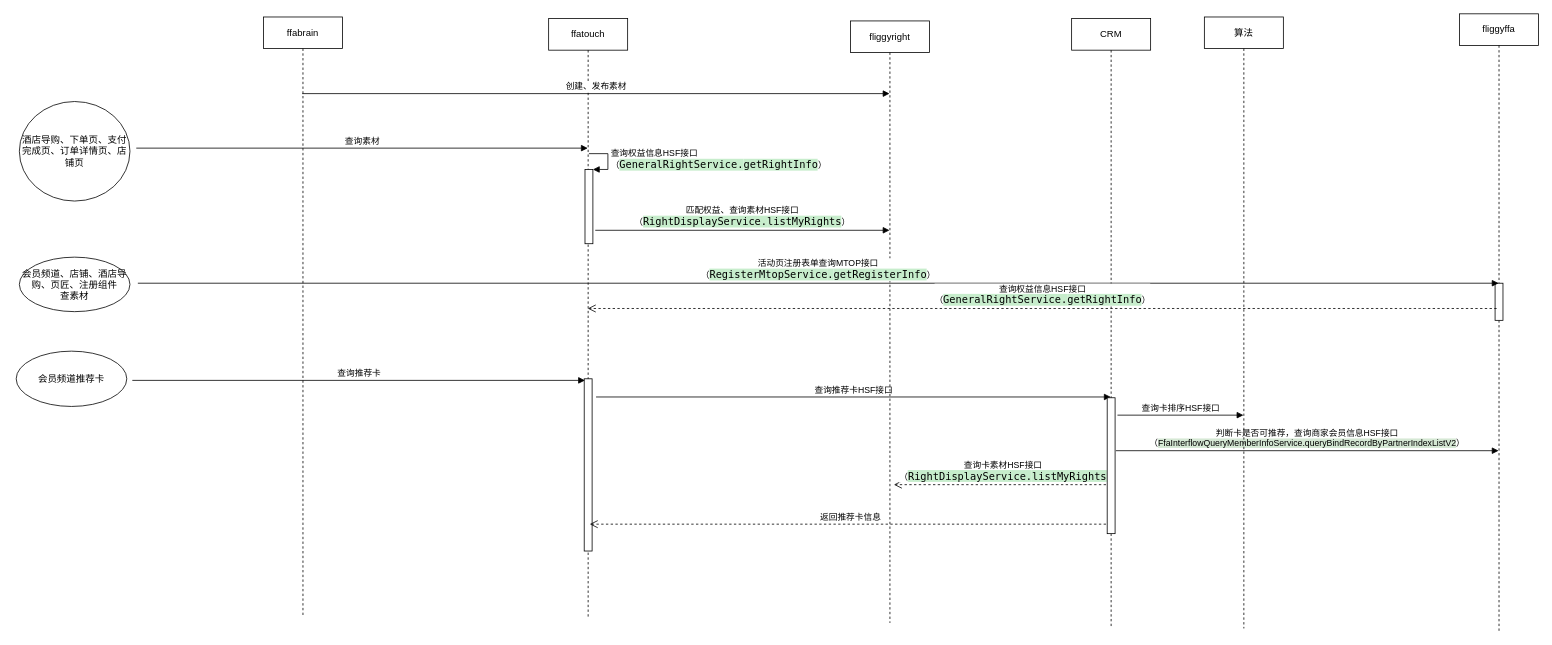
The draw.io diagram page "一卡通百卡素材透出流程" (7 of 7) of 会员接口时序.drawio in renqiuming/drawio, before the edit. Source tidied: cells renumbered, new cells numbered last; positions are measured from the earlier drawing's top-left corner, leaving out a move shared by most shapes. Both pictures are drawn from the tidied source at 79%, with x=0, y=0 at pixel (16, 13).
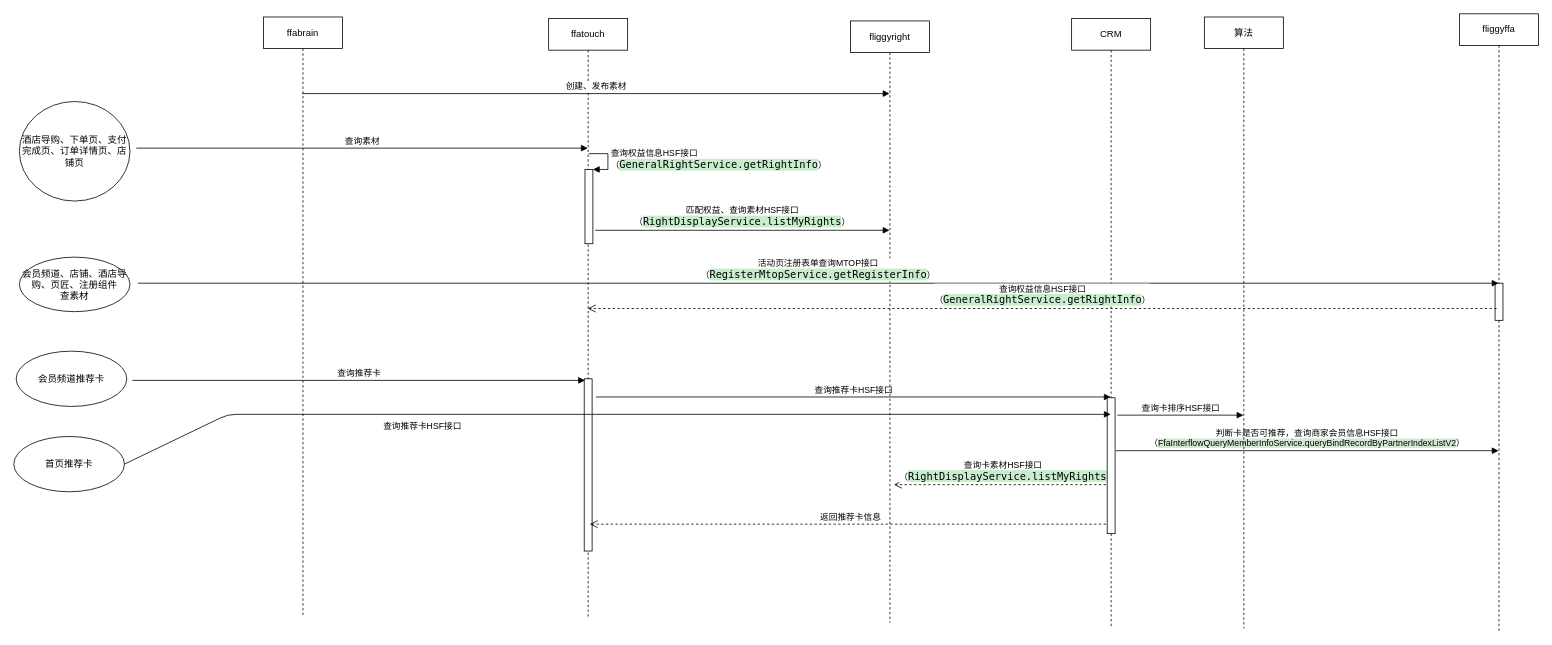
After the change.

Commit message:
更新会员接口时序.drawio

The change refers to these unchanged cells:
```xml
<mxCell id="16" value="CRM" style="shape=umlLifeline;perimeter=lifelinePerimeter;whiteSpace=wrap;html=1;outlineConnect=0;size=40;" parent="1" vertex="1">
  <mxGeometry x="1336" y="6" width="100" height="770" as="geometry" />
</mxCell>
```

Diff of the diagram source:
```diff
@@
+    <mxCell id="27" value="首页推荐卡" style="ellipse;whiteSpace=wrap;html=1;" parent="1" vertex="1">
+      <mxGeometry x="-3" y="535" width="140" height="70" as="geometry" />
+    </mxCell>
+    <mxCell id="28" value="查询推荐卡HSF接口" style="html=1;verticalAlign=bottom;endArrow=block;exitX=1;exitY=0.5;exitDx=0;exitDy=0;" parent="1" edge="1" source="27" target="16">
+      <mxGeometry x="-0.38" y="-24" relative="1" as="geometry">
+        <Array as="points">
+          <mxPoint x="268" y="507" />
+        </Array>
+      </mxGeometry>
+    </mxCell>
```
